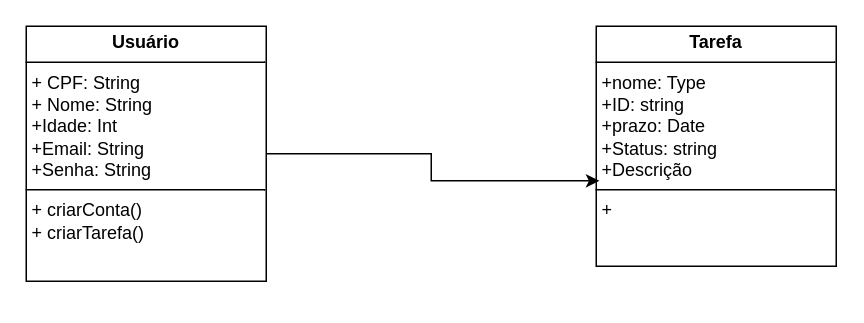
Before: page "Página-2" (2 of 3) of Diagrama sem nome.drawio in neymarboliviano/diagrama-de-usos-tarefa, a draw.io diagram. Source tidied: cells renumbered, new cells numbered last; positions are measured from the earlier drawing's top-left corner, leaving out a move shared by most shapes. Both pictures are drawn from the tidied source at 150%, with x=0, y=0 at pixel (26, 26).
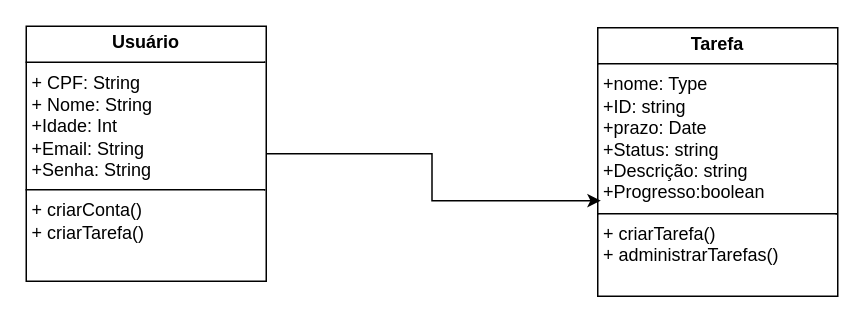
The same diagram, later.

The edit, as a diff of the source:
```diff
@@
 <mxGraphModel>
   <root>
     <mxCell id="0" />
     <mxCell id="1" parent="0" />
     <mxCell id="2" value="&lt;p style=&quot;margin:0px;margin-top:4px;text-align:center;&quot;&gt;&lt;b&gt;Usuário&lt;/b&gt;&lt;/p&gt;&lt;hr size=&quot;1&quot; style=&quot;border-style:solid;&quot;&gt;&lt;p style=&quot;margin:0px;margin-left:4px;&quot;&gt;+ CPF: String&lt;br&gt;+ Nome: String&lt;br&gt;+Idade: Int&lt;/p&gt;&lt;p style=&quot;margin:0px;margin-left:4px;&quot;&gt;+Email: String&lt;br&gt;+Senha: String&lt;/p&gt;&lt;hr size=&quot;1&quot; style=&quot;border-style:solid;&quot;&gt;&lt;p style=&quot;margin:0px;margin-left:4px;&quot;&gt;+ criarConta()&lt;br&gt;+ criarTarefa()&lt;/p&gt;" style="verticalAlign=top;align=left;overflow=fill;html=1;whiteSpace=wrap;" parent="1" vertex="1">
       <mxGeometry width="160" height="170" as="geometry" />
     </mxCell>
-    <mxCell id="3" value="&lt;p style=&quot;margin:0px;margin-top:4px;text-align:center;&quot;&gt;&lt;b&gt;Tarefa&lt;/b&gt;&lt;/p&gt;&lt;hr size=&quot;1&quot; style=&quot;border-style:solid;&quot;&gt;&lt;p style=&quot;margin:0px;margin-left:4px;&quot;&gt;+nome: Type&lt;br&gt;+ID: string&lt;/p&gt;&lt;p style=&quot;margin:0px;margin-left:4px;&quot;&gt;+prazo: Date&lt;/p&gt;&lt;p style=&quot;margin:0px;margin-left:4px;&quot;&gt;+Status: string&lt;/p&gt;&lt;p style=&quot;margin:0px;margin-left:4px;&quot;&gt;+Descrição&lt;/p&gt;&lt;hr size=&quot;1&quot; style=&quot;border-style:solid;&quot;&gt;&lt;p style=&quot;margin:0px;margin-left:4px;&quot;&gt;+&amp;nbsp;&lt;/p&gt;" style="verticalAlign=top;align=left;overflow=fill;html=1;whiteSpace=wrap;" parent="1" vertex="1">
-      <mxGeometry x="380" width="160" height="160" as="geometry" />
+    <mxCell id="3" value="&lt;p style=&quot;margin:0px;margin-top:4px;text-align:center;&quot;&gt;&lt;b&gt;Tarefa&lt;/b&gt;&lt;/p&gt;&lt;hr size=&quot;1&quot; style=&quot;border-style:solid;&quot;&gt;&lt;p style=&quot;margin:0px;margin-left:4px;&quot;&gt;+nome: Type&lt;br&gt;+ID: string&lt;/p&gt;&lt;p style=&quot;margin:0px;margin-left:4px;&quot;&gt;+prazo: Date&lt;/p&gt;&lt;p style=&quot;margin:0px;margin-left:4px;&quot;&gt;+Status: string&lt;/p&gt;&lt;p style=&quot;margin:0px;margin-left:4px;&quot;&gt;+Descrição: string&lt;/p&gt;&lt;p style=&quot;margin:0px;margin-left:4px;&quot;&gt;+Progresso:boolean&lt;/p&gt;&lt;hr size=&quot;1&quot; style=&quot;border-style:solid;&quot;&gt;&lt;p style=&quot;margin:0px;margin-left:4px;&quot;&gt;+ criarTarefa()&lt;/p&gt;&lt;p style=&quot;margin:0px;margin-left:4px;&quot;&gt;&lt;span style=&quot;background-color: transparent; color: light-dark(rgb(0, 0, 0), rgb(255, 255, 255));&quot;&gt;+ administrarTarefas()&lt;/span&gt;&lt;/p&gt;&lt;p style=&quot;margin:0px;margin-left:4px;&quot;&gt;&lt;br&gt;&lt;/p&gt;" style="verticalAlign=top;align=left;overflow=fill;html=1;whiteSpace=wrap;" parent="1" vertex="1">
+      <mxGeometry x="381" y="1" width="160" height="179" as="geometry" />
     </mxCell>
     <mxCell id="4" style="edgeStyle=orthogonalEdgeStyle;rounded=0;jettySize=auto;html=1;entryX=0.013;entryY=0.644;entryDx=0;entryDy=0;entryPerimeter=0;" parent="1" edge="1" source="2" target="3">
       <mxGeometry relative="1" as="geometry" />
     </mxCell>
   </root>
 </mxGraphModel>
```
